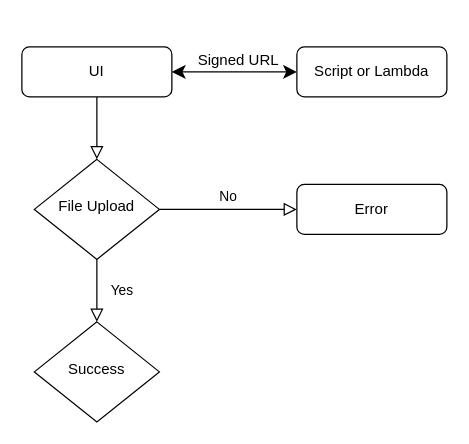
Earlier version of the draw.io diagram pre-signed-s3/data_flow_diagram.drawio (bruno-g-galvan/redcloud-web-test). Source tidied: cells renumbered, new cells numbered last; positions are measured from the earlier drawing's top-left corner, leaving out a move shared by most shapes. Both pictures are drawn from the tidied source at 125%, with x=0, y=0 at pixel (21, 46).
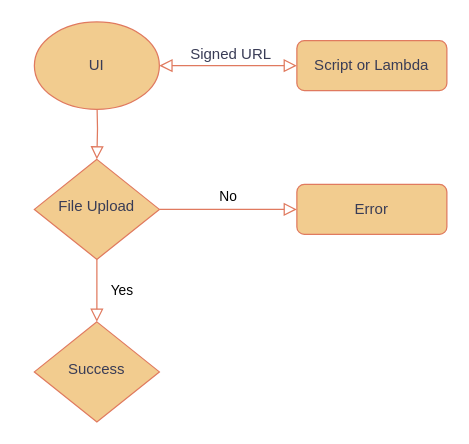
Above is the later version.

Diff of the diagram source:
```diff
@@
 <mxGraphModel>
   <root>
     <mxCell id="0" />
     <mxCell id="1" parent="0" />
-    <mxCell id="2" style="rounded=0;html=1;jettySize=auto;fontSize=11;endArrow=block;endFill=0;endSize=8;strokeWidth=1;shadow=0;labelBackgroundColor=none;edgeStyle=orthogonalEdgeStyle;" parent="1" edge="1" source="5" target="8">
-      <mxGeometry relative="1" as="geometry" />
+    <mxCell id="2" style="rounded=0;html=1;jettySize=auto;fontSize=11;endArrow=block;endFill=0;endSize=8;strokeWidth=1;shadow=0;labelBackgroundColor=none;edgeStyle=orthogonalEdgeStyle;strokeColor=#E07A5F;fontColor=default;" parent="1" edge="1" target="8">
+      <mxGeometry relative="1" as="geometry">
+        <mxPoint x="60" y="40" as="sourcePoint" />
+      </mxGeometry>
     </mxCell>
-    <mxCell id="3" style="edgeStyle=none;curved=1;rounded=0;jettySize=auto;html=1;fontSize=12;startSize=8;endSize=8;strokeColor=default;startArrow=classic;startFill=1;" parent="1" edge="1" source="5" target="11">
-      <mxGeometry relative="1" as="geometry" />
+    <mxCell id="3" style="edgeStyle=none;curved=1;rounded=0;jettySize=auto;html=1;fontSize=12;startSize=8;endSize=8;strokeColor=#E07A5F;startArrow=block;startFill=0;labelBackgroundColor=none;fontColor=default;endArrow=block;endFill=0;" parent="1" edge="1" target="11">
+      <mxGeometry relative="1" as="geometry">
+        <mxPoint x="110" y="15" as="sourcePoint" />
+      </mxGeometry>
     </mxCell>
-    <mxCell id="4" value="Signed URL" style="edgeLabel;html=1;align=center;verticalAlign=middle;fontSize=12;" parent="3" vertex="1">
+    <mxCell id="4" value="Signed URL" style="edgeLabel;html=1;align=center;verticalAlign=middle;fontSize=12;labelBackgroundColor=none;fontColor=#393C56;" parent="3" vertex="1">
       <mxGeometry x="-0.07" y="-2" relative="1" as="geometry">
         <mxPoint x="5" y="-12" as="offset" />
       </mxGeometry>
     </mxCell>
-    <mxCell id="5" value="UI" style="rounded=1;whiteSpace=wrap;html=1;fontSize=12;glass=0;strokeWidth=1;shadow=0;" parent="1" vertex="1">
-      <mxGeometry width="120" height="40" as="geometry" />
-    </mxCell>
-    <mxCell id="6" value="Yes" style="rounded=0;html=1;jettySize=auto;fontSize=11;endArrow=block;endFill=0;endSize=8;strokeWidth=1;shadow=0;labelBackgroundColor=none;edgeStyle=orthogonalEdgeStyle;" parent="1" edge="1" source="8" target="10">
+    <mxCell id="6" value="Yes" style="rounded=0;html=1;jettySize=auto;fontSize=11;endArrow=block;endFill=0;endSize=8;strokeWidth=1;shadow=0;labelBackgroundColor=none;edgeStyle=orthogonalEdgeStyle;strokeColor=#E07A5F;fontColor=default;" parent="1" edge="1" source="8" target="10">
       <mxGeometry y="20" relative="1" as="geometry" />
     </mxCell>
-    <mxCell id="7" value="No" style="edgeStyle=orthogonalEdgeStyle;rounded=0;html=1;jettySize=auto;fontSize=11;endArrow=block;endFill=0;endSize=8;strokeWidth=1;shadow=0;labelBackgroundColor=none;" parent="1" edge="1" source="8" target="9">
+    <mxCell id="7" value="No" style="edgeStyle=orthogonalEdgeStyle;rounded=0;html=1;jettySize=auto;fontSize=11;endArrow=block;endFill=0;endSize=8;strokeWidth=1;shadow=0;labelBackgroundColor=none;strokeColor=#E07A5F;fontColor=default;" parent="1" edge="1" source="8" target="9">
       <mxGeometry y="10" relative="1" as="geometry" />
     </mxCell>
-    <mxCell id="8" value="File Upload" style="rhombus;whiteSpace=wrap;html=1;shadow=0;fontFamily=Helvetica;fontSize=12;align=center;strokeWidth=1;spacing=6;spacingTop=-4;" parent="1" vertex="1">
+    <mxCell id="8" value="File Upload" style="rhombus;whiteSpace=wrap;html=1;shadow=0;fontFamily=Helvetica;fontSize=12;align=center;strokeWidth=1;spacing=6;spacingTop=-4;labelBackgroundColor=none;fillColor=#F2CC8F;strokeColor=#E07A5F;fontColor=#393C56;" parent="1" vertex="1">
       <mxGeometry x="10" y="90" width="100" height="80" as="geometry" />
     </mxCell>
-    <mxCell id="9" value="Error" style="rounded=1;whiteSpace=wrap;html=1;fontSize=12;glass=0;strokeWidth=1;shadow=0;" parent="1" vertex="1">
+    <mxCell id="9" value="Error" style="rounded=1;whiteSpace=wrap;html=1;fontSize=12;glass=0;strokeWidth=1;shadow=0;labelBackgroundColor=none;fillColor=#F2CC8F;strokeColor=#E07A5F;fontColor=#393C56;" parent="1" vertex="1">
       <mxGeometry x="220" y="110" width="120" height="40" as="geometry" />
     </mxCell>
-    <mxCell id="10" value="Success" style="rhombus;whiteSpace=wrap;html=1;shadow=0;fontFamily=Helvetica;fontSize=12;align=center;strokeWidth=1;spacing=6;spacingTop=-4;" parent="1" vertex="1">
+    <mxCell id="10" value="Success" style="rhombus;whiteSpace=wrap;html=1;shadow=0;fontFamily=Helvetica;fontSize=12;align=center;strokeWidth=1;spacing=6;spacingTop=-4;labelBackgroundColor=none;fillColor=#F2CC8F;strokeColor=#E07A5F;fontColor=#393C56;" parent="1" vertex="1">
       <mxGeometry x="10" y="220" width="100" height="80" as="geometry" />
     </mxCell>
-    <mxCell id="11" value="Script or Lambda" style="rounded=1;whiteSpace=wrap;html=1;fontSize=12;glass=0;strokeWidth=1;shadow=0;" parent="1" vertex="1">
-      <mxGeometry x="220" width="120" height="40" as="geometry" />
+    <mxCell id="11" value="Script or Lambda" style="rounded=1;whiteSpace=wrap;html=1;fontSize=12;glass=0;strokeWidth=1;shadow=0;labelBackgroundColor=none;fillColor=#F2CC8F;strokeColor=#E07A5F;fontColor=#393C56;" parent="1" vertex="1">
+      <mxGeometry x="220" y="-5" width="120" height="40" as="geometry" />
     </mxCell>
+    <mxCell id="5" value="UI" style="ellipse;whiteSpace=wrap;html=1;labelBackgroundColor=none;fillColor=#F2CC8F;strokeColor=#E07A5F;fontColor=#393C56;" parent="1" vertex="1">
+      <mxGeometry x="10" y="-20" width="100" height="70" as="geometry" />
+    </mxCell>
   </root>
 </mxGraphModel>
```
